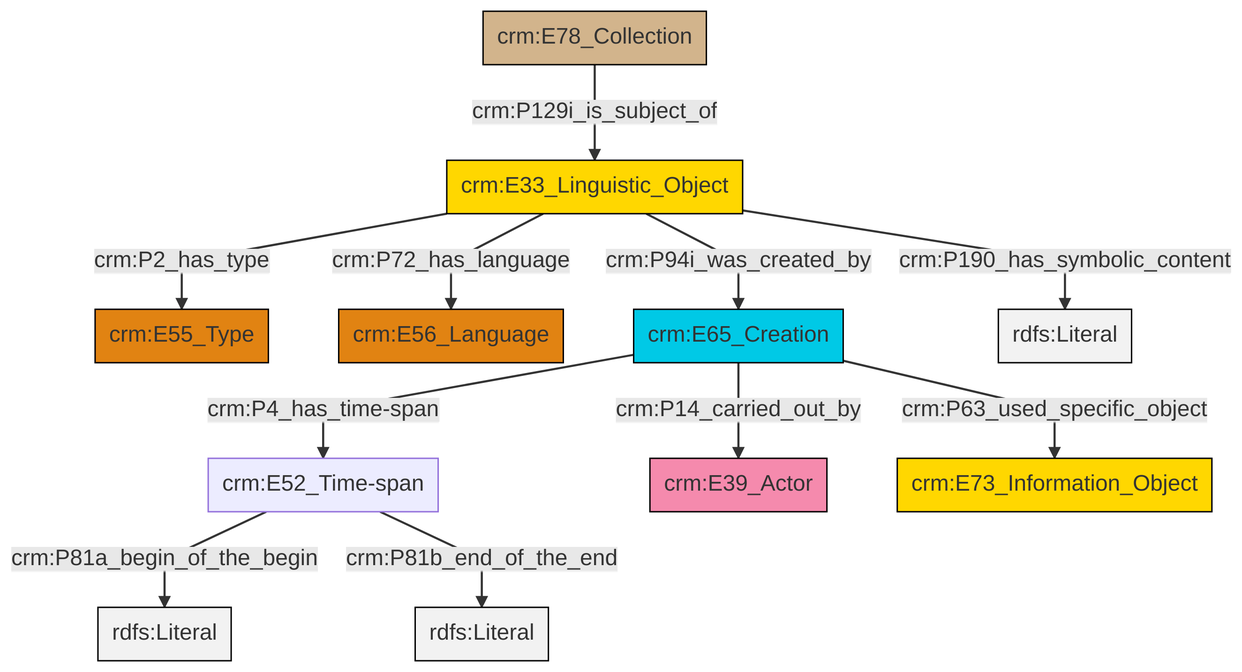
Before: et/archivalCSV/ttl/mmd/png/archival_desc.png, a diagram exported from Mermaid (swiss-art-research-net/docs.swissartresearch). Its source is kept beside it as et/archivalCSV/ttl/mmd/archival_desc.ttl.mmd.
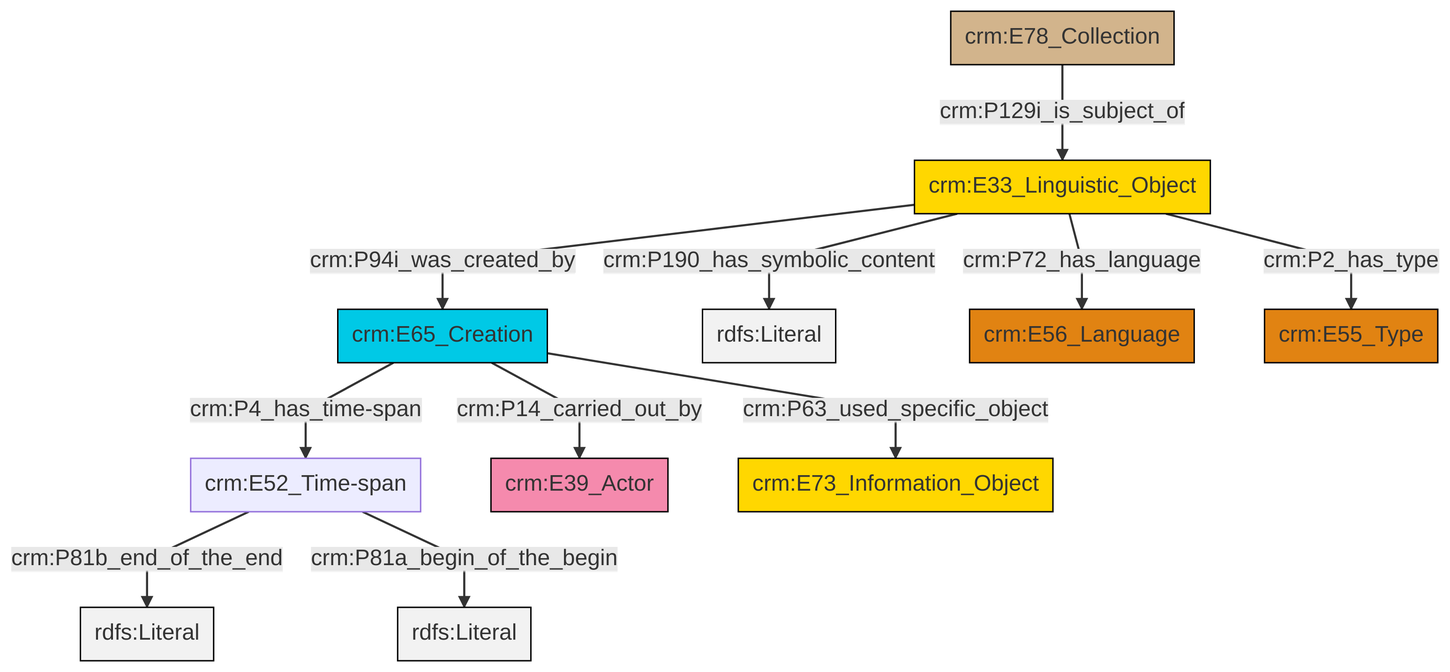
Above is the later version.

Change to the diagram source:
```diff
@@ -13,13 +13,13 @@
 classDef PC_Classes fill:#4ce600, stroke:#000000;
 classDef Multi fill:#cccccc,stroke:#000000;
 
-2["crm:E33_Linguistic_Object"]:::Conceptual_Object -->|crm:P2_has_type| 6["crm:E55_Type"]:::Type
-4["crm:E52_Time-span"]:::Default -->|crm:P81a_begin_of_the_begin| 7[rdfs:Literal]:::Literal
-2["crm:E33_Linguistic_Object"]:::Conceptual_Object -->|crm:P72_has_language| 8["crm:E56_Language"]:::Type
-11["crm:E65_Creation"]:::Temporal_Entity -->|crm:P63_used_specific_object| 12["crm:E73_Information_Object"]:::Conceptual_Object
-2["crm:E33_Linguistic_Object"]:::Conceptual_Object -->|crm:P94i_was_created_by| 11["crm:E65_Creation"]:::Temporal_Entity
-11["crm:E65_Creation"]:::Temporal_Entity -->|crm:P14_carried_out_by| 9["crm:E39_Actor"]:::Actor
-0["crm:E78_Collection"]:::Physical_Thing -->|crm:P129i_is_subject_of| 2["crm:E33_Linguistic_Object"]:::Conceptual_Object
-4["crm:E52_Time-span"]:::Default -->|crm:P81b_end_of_the_end| 14[rdfs:Literal]:::Literal
-11["crm:E65_Creation"]:::Temporal_Entity -->|crm:P4_has_time-span| 4["crm:E52_Time-span"]:::Default
-2["crm:E33_Linguistic_Object"]:::Conceptual_Object -->|crm:P190_has_symbolic_content| 18[rdfs:Literal]:::Literal
+0["crm:E33_Linguistic_Object"]:::Conceptual_Object -->|crm:P94i_was_created_by| 1["crm:E65_Creation"]:::Temporal_Entity
+2["crm:E52_Time-span"]:::Default -->|crm:P81b_end_of_the_end| 3[rdfs:Literal]:::Literal
+1["crm:E65_Creation"]:::Temporal_Entity -->|crm:P4_has_time-span| 2["crm:E52_Time-span"]:::Default
+0["crm:E33_Linguistic_Object"]:::Conceptual_Object -->|crm:P190_has_symbolic_content| 5[rdfs:Literal]:::Literal
+6["crm:E78_Collection"]:::Physical_Thing -->|crm:P129i_is_subject_of| 0["crm:E33_Linguistic_Object"]:::Conceptual_Object
+0["crm:E33_Linguistic_Object"]:::Conceptual_Object -->|crm:P72_has_language| 7["crm:E56_Language"]:::Type
+2["crm:E52_Time-span"]:::Default -->|crm:P81a_begin_of_the_begin| 8[rdfs:Literal]:::Literal
+0["crm:E33_Linguistic_Object"]:::Conceptual_Object -->|crm:P2_has_type| 11["crm:E55_Type"]:::Type
+1["crm:E65_Creation"]:::Temporal_Entity -->|crm:P14_carried_out_by| 12["crm:E39_Actor"]:::Actor
+1["crm:E65_Creation"]:::Temporal_Entity -->|crm:P63_used_specific_object| 17["crm:E73_Information_Object"]:::Conceptual_Object
```
